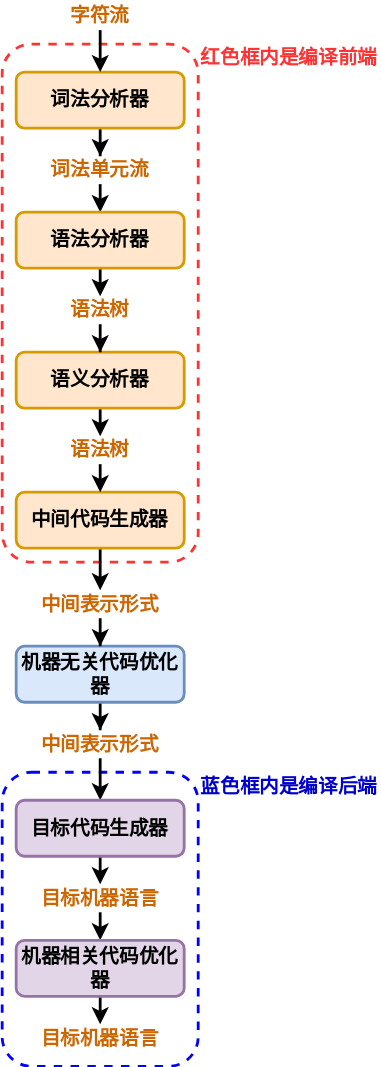
Earlier version of the draw.io export docs/compilation-principle/chapter01/images/analyze-source-language.svg (Sun-ZhenXing/vuepress-data-structure). Source tidied: cells renumbered, new cells last; positions are measured from the earlier drawing's top-left corner, leaving out a move shared by most shapes.
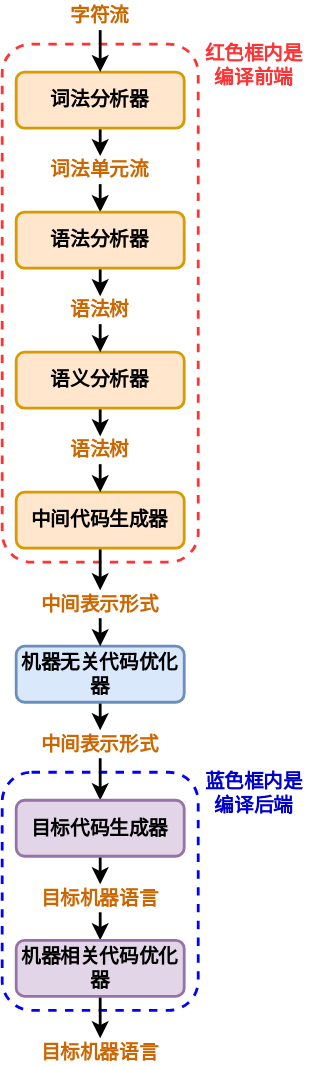
After the commit.

Diff of the diagram source:
```diff
@@ -3,7 +3,7 @@
     <mxCell id="0" />
     <mxCell id="1" parent="0" />
     <mxCell id="2" style="rounded=1;whiteSpace=wrap;html=1;shadow=0;glass=0;sketch=0;fillColor=none;dashed=1;strokeColor=#0000FF;fontSize=14;fontStyle=1;strokeWidth=2;" parent="1" vertex="1">
-      <mxGeometry y="550" width="140" height="210" as="geometry" />
+      <mxGeometry y="550" width="140" height="170" as="geometry" />
     </mxCell>
     <mxCell id="3" style="rounded=1;whiteSpace=wrap;html=1;shadow=0;glass=0;sketch=0;fillColor=none;dashed=1;strokeColor=#FF3333;fontSize=14;fontStyle=1;strokeWidth=2;" parent="1" vertex="1">
       <mxGeometry y="30" width="140" height="370" as="geometry" />
@@ -33,24 +33,35 @@
       <mxGeometry x="10" y="670" width="120" height="40" as="geometry" />
     </mxCell>
     <mxCell id="12" value="目标机器语言" style="rounded=0;whiteSpace=wrap;html=1;strokeColor=none;fillColor=none;fontSize=14;fontStyle=1;strokeWidth=2;fontColor=#CC6600;" parent="1" vertex="1">
-      <mxGeometry x="10" y="730" width="120" height="20" as="geometry" />
+      <mxGeometry x="10" y="740" width="120" height="20" as="geometry" />
     </mxCell>
     <mxCell id="13" style="edgeStyle=orthogonalEdgeStyle;rounded=0;jettySize=auto;html=1;entryX=0.5;entryY=0;entryDx=0;entryDy=0;fontSize=14;fontStyle=1;strokeWidth=2;" parent="1" edge="1" source="14">
       <mxGeometry relative="1" as="geometry">
         <mxPoint x="70" y="520" as="targetPoint" />
+        <Array as="points">
+          <mxPoint x="70" y="520" />
+        </Array>
       </mxGeometry>
     </mxCell>
     <mxCell id="14" value="机器无关代码优化器" style="rounded=1;whiteSpace=wrap;html=1;fillColor=#dae8fc;strokeColor=#6c8ebf;fontSize=14;fontStyle=1;strokeWidth=2;" parent="1" vertex="1">
       <mxGeometry x="10" y="460" width="120" height="40" as="geometry" />
     </mxCell>
     <mxCell id="15" style="edgeStyle=orthogonalEdgeStyle;rounded=0;jettySize=auto;html=1;entryX=0.5;entryY=0;entryDx=0;entryDy=0;fontSize=14;fontStyle=1;strokeWidth=2;" parent="1" edge="1" source="16" target="14">
-      <mxGeometry relative="1" as="geometry" />
+      <mxGeometry relative="1" as="geometry">
+        <Array as="points">
+          <mxPoint x="70" y="460" />
+        </Array>
+      </mxGeometry>
     </mxCell>
     <mxCell id="16" value="中间表示形式" style="rounded=0;whiteSpace=wrap;html=1;strokeColor=none;fillColor=none;fontSize=14;fontStyle=1;strokeWidth=2;fontColor=#CC6600;" parent="1" vertex="1">
       <mxGeometry x="10" y="420" width="120" height="20" as="geometry" />
     </mxCell>
-    <mxCell id="17" style="edgeStyle=orthogonalEdgeStyle;rounded=0;jettySize=auto;html=1;exitX=0.5;exitY=1;exitDx=0;exitDy=0;fontSize=14;fontStyle=1;strokeWidth=2;" parent="1" edge="1" source="18" target="22">
-      <mxGeometry relative="1" as="geometry" />
+    <mxCell id="17" style="edgeStyle=orthogonalEdgeStyle;rounded=0;jettySize=auto;html=1;entryX=0.5;entryY=0;entryDx=0;entryDy=0;strokeWidth=2;" parent="1" edge="1" source="18" target="22">
+      <mxGeometry relative="1" as="geometry">
+        <Array as="points">
+          <mxPoint x="70" y="110" />
+        </Array>
+      </mxGeometry>
     </mxCell>
     <mxCell id="18" value="词法分析器" style="rounded=1;whiteSpace=wrap;html=1;fillColor=#ffe6cc;strokeColor=#d79b00;fontSize=14;fontStyle=1;strokeWidth=2;" parent="1" vertex="1">
       <mxGeometry x="10" y="50" width="120" height="40" as="geometry" />
@@ -91,17 +102,22 @@
     <mxCell id="30" value="语义分析器" style="rounded=1;whiteSpace=wrap;html=1;fillColor=#ffe6cc;strokeColor=#d79b00;fontSize=14;fontStyle=1;strokeWidth=2;" parent="1" vertex="1">
       <mxGeometry x="10" y="250" width="120" height="40" as="geometry" />
     </mxCell>
-    <mxCell id="31" style="edgeStyle=orthogonalEdgeStyle;rounded=0;jettySize=auto;html=1;entryX=0.5;entryY=0;entryDx=0;entryDy=0;fontSize=14;fontStyle=1;strokeWidth=2;" parent="1" edge="1" source="32" target="30">
-      <mxGeometry relative="1" as="geometry" />
+    <mxCell id="31" style="edgeStyle=orthogonalEdgeStyle;rounded=0;jettySize=auto;html=1;entryX=0.5;entryY=0;entryDx=0;entryDy=0;strokeWidth=2;" parent="1" edge="1" source="32" target="30">
+      <mxGeometry relative="1" as="geometry">
+        <Array as="points">
+          <mxPoint x="70" y="240" />
+          <mxPoint x="70" y="240" />
+        </Array>
+      </mxGeometry>
     </mxCell>
     <mxCell id="32" value="语法树" style="rounded=0;whiteSpace=wrap;html=1;strokeColor=none;fillColor=none;fontSize=14;fontStyle=1;strokeWidth=2;fontColor=#CC6600;" parent="1" vertex="1">
       <mxGeometry x="10" y="210" width="120" height="20" as="geometry" />
     </mxCell>
-    <mxCell id="33" value="红色框内是编译前端" style="text;html=1;strokeColor=none;fillColor=none;align=center;verticalAlign=middle;whiteSpace=wrap;rounded=0;shadow=0;glass=0;dashed=1;sketch=0;fontSize=14;fontStyle=1;strokeWidth=2;fontColor=#FF3333;" parent="1" vertex="1">
-      <mxGeometry x="140" y="30" width="130" height="20" as="geometry" />
+    <mxCell id="33" value="红色框内是&lt;br&gt;编译前端" style="text;html=1;strokeColor=none;fillColor=none;align=center;verticalAlign=middle;whiteSpace=wrap;rounded=0;shadow=0;glass=0;dashed=1;sketch=0;fontSize=14;fontStyle=1;strokeWidth=2;fontColor=#FF3333;" parent="1" vertex="1">
+      <mxGeometry x="140" y="30" width="80" height="30" as="geometry" />
     </mxCell>
     <mxCell id="34" value="蓝色框内是编译后端" style="text;html=1;strokeColor=none;fillColor=none;align=center;verticalAlign=middle;whiteSpace=wrap;rounded=0;shadow=0;glass=0;dashed=1;sketch=0;fontSize=14;fontStyle=1;strokeWidth=2;fontColor=#0000CC;" parent="1" vertex="1">
-      <mxGeometry x="140" y="550" width="130" height="20" as="geometry" />
+      <mxGeometry x="140" y="550" width="80" height="30" as="geometry" />
     </mxCell>
   </root>
 </mxGraphModel>
```
